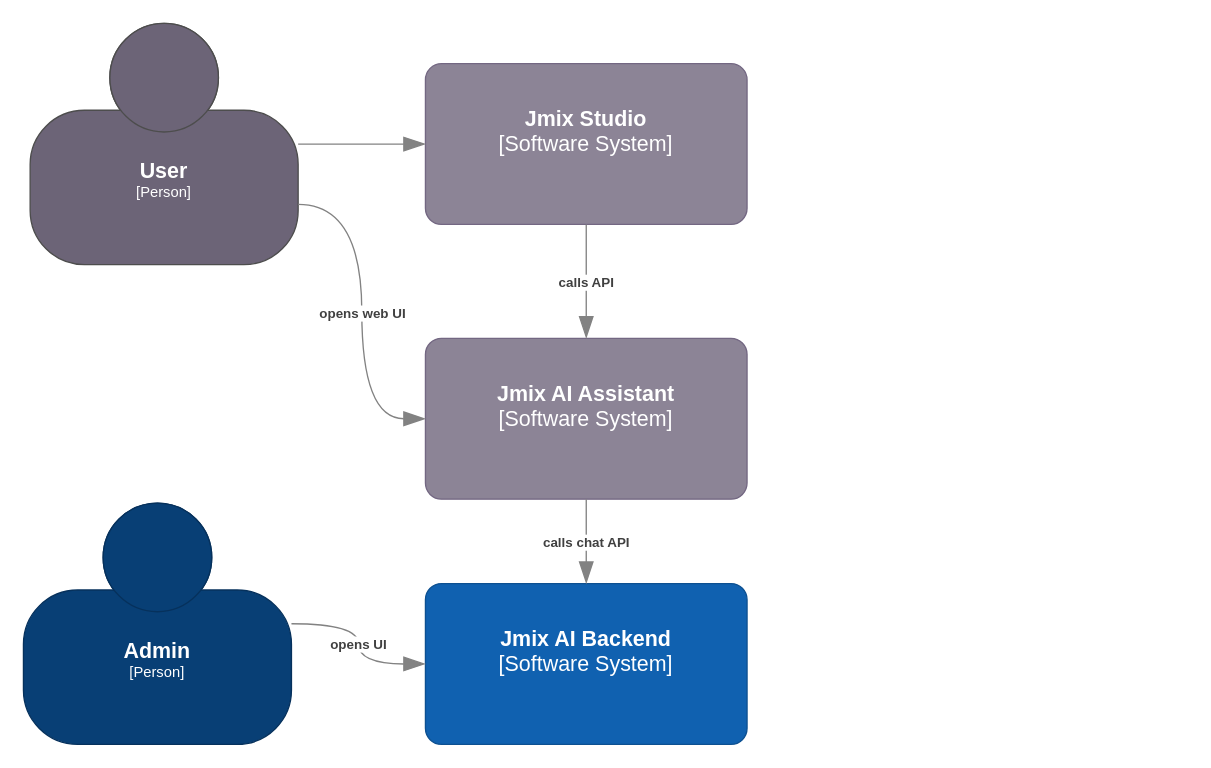
Above: page "system" (1 of 2) of docs/jmix-ai-backend.drawio in jmix-framework/jmix-ai-backend (draw.io), before the change. Source tidied: cells renumbered, new cells numbered last; positions are measured from the earlier drawing's top-left corner, leaving out a move shared by most shapes. Both pictures are drawn from the tidied source at 134%, with x=0, y=0 at pixel (23, 23).
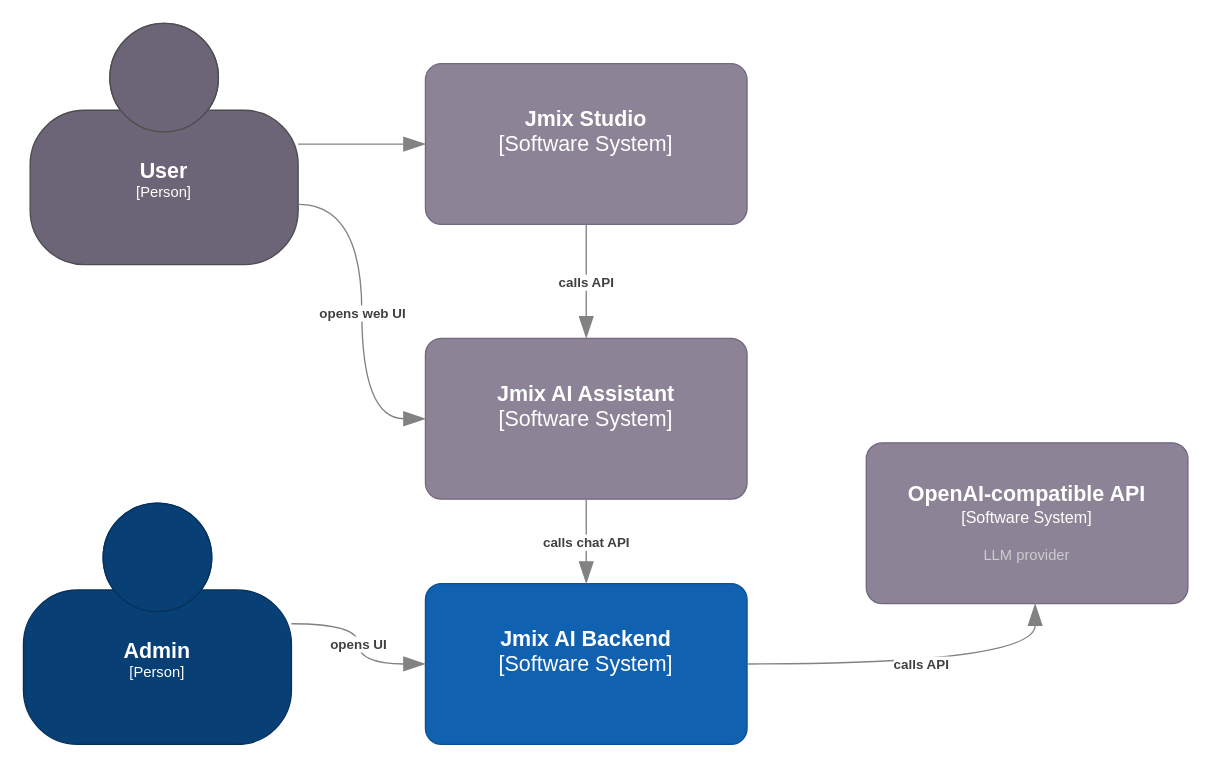
The same page after the edit.

The change refers to these unchanged cells:
```xml
<object id="2" label="&lt;font style=&quot;font-size: 16px&quot;&gt;&lt;b&gt;%c4Name%&lt;/b&gt;&lt;/font&gt;&lt;div&gt;[%c4Type%]&lt;/div&gt;&lt;br&gt;&lt;div&gt;&lt;font style=&quot;font-size: 11px&quot;&gt;&lt;font color=&quot;#cccccc&quot;&gt;%c4Description%&lt;/font&gt;&lt;/div&gt;" c4Description="" c4Name="Jmix AI Backend" c4Type="Software System" placeholders="1">
  <mxCell style="rounded=1;whiteSpace=wrap;html=1;labelBackgroundColor=none;fillColor=#1061B0;fontColor=#ffffff;align=center;arcSize=10;strokeColor=#0D5091;points=[[0.25,0,0],[0.5,0,0],[0.75,0,0],[1,0.25,0],[1,0.5,0],[1,0.75,0],[0.75,1,0],[0.5,1,0],[0.25,1,0],[0,0.75,0],[0,0.5,0],[0,0.25,0]];fontSize=16;" parent="1" vertex="1">
    <mxGeometry x="300" y="418" width="240" height="120" as="geometry" />
  </mxCell>
</object>
```

Diff of the diagram source:
```diff
@@
+    <object id="12" label="&lt;font style=&quot;font-size: 16px&quot;&gt;&lt;b&gt;%c4Name%&lt;/b&gt;&lt;/font&gt;&lt;div&gt;[%c4Type%]&lt;/div&gt;&lt;br&gt;&lt;div&gt;&lt;font style=&quot;font-size: 11px&quot;&gt;&lt;font color=&quot;#cccccc&quot;&gt;%c4Description%&lt;/font&gt;&lt;/div&gt;" c4Description="LLM provider" c4Name="OpenAI-compatible API" c4Type="Software System" placeholders="1">
+      <mxCell style="rounded=1;whiteSpace=wrap;html=1;labelBackgroundColor=none;fillColor=#8C8496;fontColor=#ffffff;align=center;arcSize=10;strokeColor=#736782;points=[[0.25,0,0],[0.5,0,0],[0.75,0,0],[1,0.25,0],[1,0.5,0],[1,0.75,0],[0.75,1,0],[0.5,1,0],[0.25,1,0],[0,0.75,0],[0,0.5,0],[0,0.25,0]];" parent="1" vertex="1">
+        <mxGeometry x="629" y="313" width="240" height="120" as="geometry" />
+      </mxCell>
+    </object>
+    <object id="13" label="&lt;div style=&quot;text-align: left&quot;&gt;&lt;div style=&quot;text-align: center&quot;&gt;&lt;b&gt;%c4Description%&lt;/b&gt;&lt;/div&gt;" c4Description="calls API" placeholders="1">
+      <mxCell style="endArrow=blockThin;html=1;fontSize=10;fontColor=#404040;strokeWidth=1;endFill=1;strokeColor=#828282;elbow=vertical;endSize=14;startSize=14;jumpStyle=arc;jumpSize=16;rounded=0;edgeStyle=orthogonalEdgeStyle;curved=1;" parent="1" edge="1" source="2" target="12">
+        <mxGeometry relative="1" as="geometry">
+          <Array as="points">
+            <mxPoint x="755" y="478" />
+          </Array>
+        </mxGeometry>
+      </mxCell>
+    </object>
```
